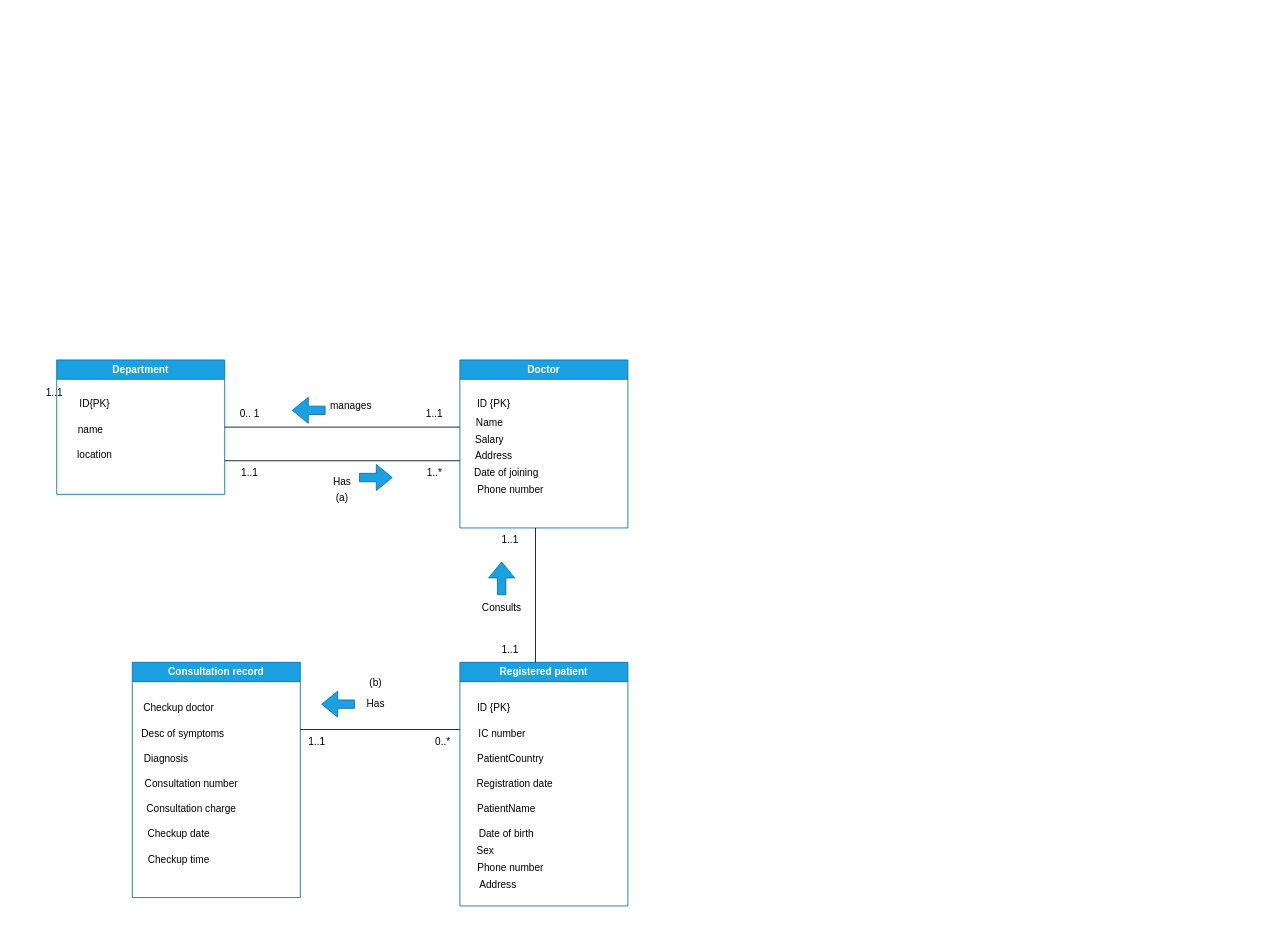
The draw.io diagram Studeent1+2DBMS.drawio in Antonioiewh/DB_MANAGEMENT, before the edit. Source tidied: cells renumbered, new cells numbered last; positions are measured from the earlier drawing's top-left corner, leaving out a move shared by most shapes. Both pictures are drawn from the tidied source at 84%, with x=0, y=0 at pixel (39, 360).
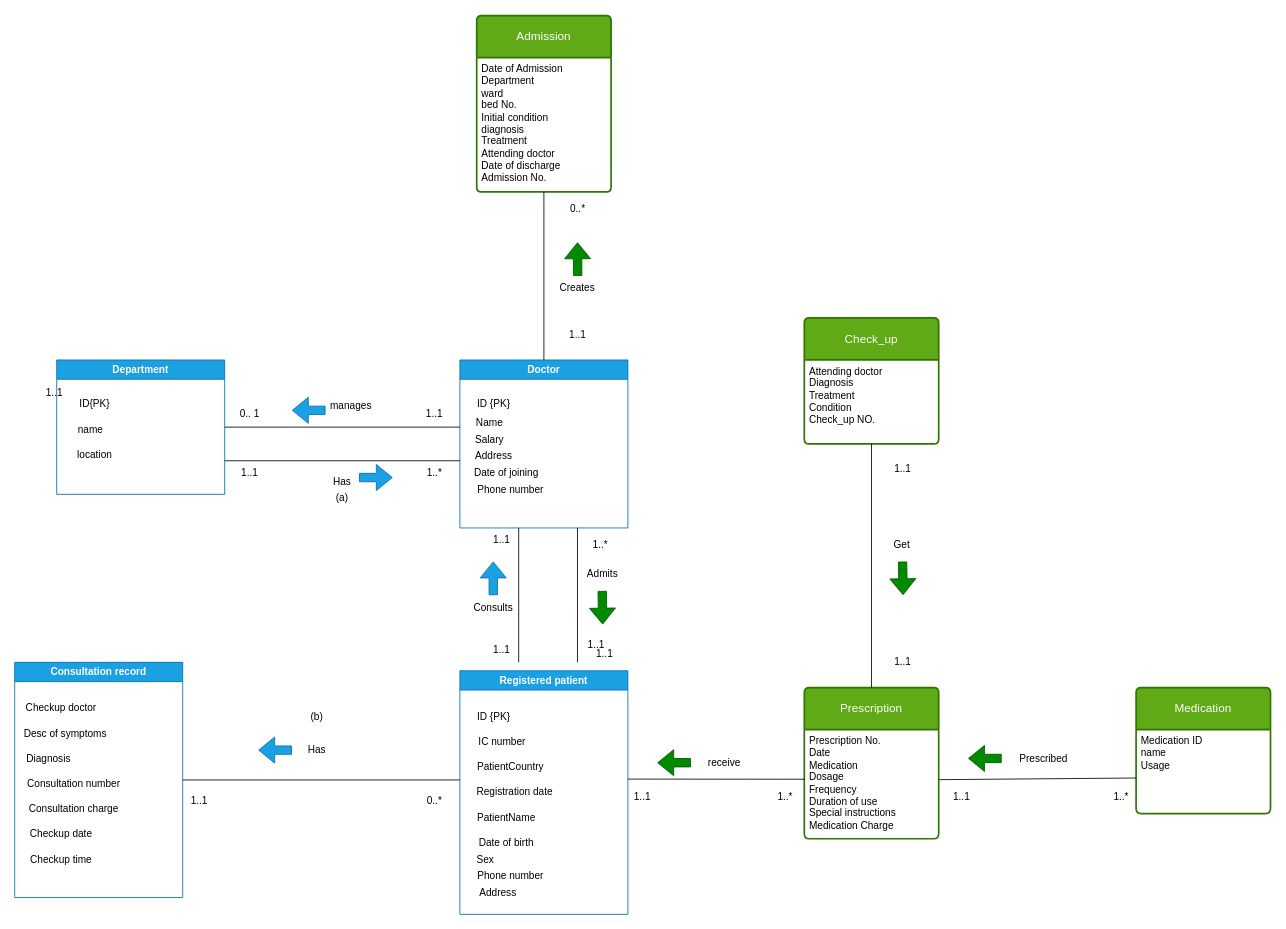
After the change.

Unchanged cells that the change refers to:
```xml
<mxCell id="6" value="Doctor" style="swimlane;whiteSpace=wrap;html=1;fillColor=#1ba1e2;fontColor=#ffffff;strokeColor=#006EAF;" parent="1" vertex="1">
  <mxGeometry x="500" width="200" height="200" as="geometry" />
</mxCell>
```

The edit, as a diff of the source:
```diff
@@
     <mxCell id="13" value="Registered patient" style="swimlane;whiteSpace=wrap;html=1;fillColor=#1ba1e2;fontColor=#ffffff;strokeColor=#006EAF;" parent="1" vertex="1">
-      <mxGeometry x="500" y="360" width="200" height="290" as="geometry" />
+      <mxGeometry x="500" y="370" width="200" height="290" as="geometry" />
     </mxCell>
@@
     <mxCell id="25" style="endArrow=none;html=1;rounded=0;entryX=0.5;entryY=1;entryDx=0;entryDy=0;exitX=0.5;exitY=0;exitDx=0;exitDy=0;" parent="1" edge="1">
       <mxGeometry relative="1" as="geometry">
-        <mxPoint x="590" y="360" as="sourcePoint" />
-        <mxPoint x="590" y="200" as="targetPoint" />
+        <mxPoint x="570" y="360" as="sourcePoint" />
+        <mxPoint x="570" y="200" as="targetPoint" />
       </mxGeometry>
     </mxCell>
     <mxCell id="26" value="Consultation record" style="swimlane;whiteSpace=wrap;html=1;fillColor=#1ba1e2;fontColor=#ffffff;strokeColor=#006EAF;" parent="1" vertex="1">
-      <mxGeometry x="110" y="360" width="200" height="280" as="geometry" />
+      <mxGeometry x="-30" y="360" width="200" height="280" as="geometry" />
     </mxCell>
@@
-    <mxCell id="34" style="endArrow=none;html=1;rounded=0;" parent="1" edge="1">
+    <mxCell id="34" style="endArrow=none;html=1;rounded=0;entryX=1;entryY=0.5;entryDx=0;entryDy=0;" parent="1" edge="1" target="26">
       <mxGeometry relative="1" as="geometry">
-        <mxPoint x="500" y="440" as="sourcePoint" />
-        <mxPoint x="310" y="440" as="targetPoint" />
+        <mxPoint x="500" y="500" as="sourcePoint" />
       </mxGeometry>
     </mxCell>
@@
     <mxCell id="43" style="shape=flexArrow;endArrow=block;html=1;rounded=0;fillColor=#1ba1e2;strokeColor=#006EAF;" parent="1" edge="1">
       <mxGeometry relative="1" as="geometry">
-        <mxPoint x="549.7" y="280" as="sourcePoint" />
-        <mxPoint x="549.7" y="240" as="targetPoint" />
+        <mxPoint x="539.7" y="280" as="sourcePoint" />
+        <mxPoint x="539.7" y="240" as="targetPoint" />
       </mxGeometry>
     </mxCell>
     <mxCell id="44" value="Consults" style="text;html=1;align=center;verticalAlign=middle;whiteSpace=wrap;rounded=0;direction=west;flipV=1;flipH=1;" parent="1" vertex="1">
-      <mxGeometry x="520" y="280" width="60" height="30" as="geometry" />
+      <mxGeometry x="510" y="280" width="60" height="30" as="geometry" />
     </mxCell>
     <mxCell id="45" value="1..1" style="text;html=1;align=center;verticalAlign=middle;whiteSpace=wrap;rounded=0;" parent="1" vertex="1">
-      <mxGeometry x="530" y="200" width="60" height="30" as="geometry" />
+      <mxGeometry x="520" y="200" width="60" height="30" as="geometry" />
     </mxCell>
     <mxCell id="46" value="1..1" style="text;html=1;align=center;verticalAlign=middle;whiteSpace=wrap;rounded=0;" parent="1" vertex="1">
-      <mxGeometry x="530" y="330" width="60" height="30" as="geometry" />
+      <mxGeometry x="520" y="330" width="60" height="30" as="geometry" />
     </mxCell>
     <mxCell id="47" style="shape=flexArrow;endArrow=block;html=1;rounded=0;fillColor=#1ba1e2;strokeColor=#006EAF;" parent="1" edge="1">
       <mxGeometry relative="1" as="geometry">
-        <mxPoint x="375" y="409.8" as="sourcePoint" />
-        <mxPoint x="335" y="409.8" as="targetPoint" />
+        <mxPoint x="300" y="464.5" as="sourcePoint" />
+        <mxPoint x="260" y="464.5" as="targetPoint" />
       </mxGeometry>
     </mxCell>
     <mxCell id="48" value="Has" style="text;html=1;align=center;verticalAlign=middle;whiteSpace=wrap;rounded=0;" parent="1" vertex="1">
-      <mxGeometry x="370" y="395" width="60" height="30" as="geometry" />
+      <mxGeometry x="300" y="450" width="60" height="30" as="geometry" />
     </mxCell>
     <mxCell id="49" value="1..1" style="text;html=1;align=center;verticalAlign=middle;whiteSpace=wrap;rounded=0;" parent="1" vertex="1">
-      <mxGeometry x="300" y="440" width="60" height="30" as="geometry" />
+      <mxGeometry x="160" y="510" width="60" height="30" as="geometry" />
     </mxCell>
     <mxCell id="50" value="0..*" style="text;html=1;align=center;verticalAlign=middle;whiteSpace=wrap;rounded=0;" parent="1" vertex="1">
-      <mxGeometry x="450" y="440" width="60" height="30" as="geometry" />
+      <mxGeometry x="440" y="510" width="60" height="30" as="geometry" />
     </mxCell>
@@
     <mxCell id="52" value="&lt;font style=&quot;color: light-dark(rgb(0, 0, 0), rgb(255, 0, 0));&quot;&gt;(b)&lt;/font&gt;" style="text;html=1;align=center;verticalAlign=middle;whiteSpace=wrap;rounded=0;" parent="1" vertex="1">
-      <mxGeometry x="370" y="370" width="60" height="30" as="geometry" />
+      <mxGeometry x="300" y="410" width="60" height="30" as="geometry" />
     </mxCell>
@@
+    <mxCell id="54" style="endArrow=none;html=1;rounded=0;entryX=0.5;entryY=1;entryDx=0;entryDy=0;exitX=0.5;exitY=0;exitDx=0;exitDy=0;" parent="1" edge="1">
+      <mxGeometry relative="1" as="geometry">
+        <mxPoint x="640" y="360" as="sourcePoint" />
+        <mxPoint x="640" y="200" as="targetPoint" />
+      </mxGeometry>
+    </mxCell>
+    <mxCell id="55" value="1..1" style="text;html=1;align=center;verticalAlign=middle;whiteSpace=wrap;rounded=0;" parent="1" vertex="1">
+      <mxGeometry x="645" y="330" width="35" height="20" as="geometry" />
+    </mxCell>
+    <mxCell id="56" value="1..*" style="text;html=1;align=center;verticalAlign=middle;whiteSpace=wrap;rounded=0;" parent="1" vertex="1">
+      <mxGeometry x="650" y="210" width="35" height="20" as="geometry" />
+    </mxCell>
+    <mxCell id="57" value="Admits" style="text;html=1;align=center;verticalAlign=middle;whiteSpace=wrap;rounded=0;direction=west;flipV=1;flipH=1;" parent="1" vertex="1">
+      <mxGeometry x="640" y="240" width="60" height="30" as="geometry" />
+    </mxCell>
+    <mxCell id="58" style="shape=flexArrow;endArrow=block;html=1;rounded=0;fillColor=#008a00;strokeColor=#005700;" parent="1" edge="1">
+      <mxGeometry relative="1" as="geometry">
+        <mxPoint x="669.4" y="275" as="sourcePoint" />
+        <mxPoint x="670" y="315" as="targetPoint" />
+      </mxGeometry>
+    </mxCell>
+    <mxCell id="59" value="Admission" style="swimlane;horizontal=1;startSize=50;rounded=1;fontSize=14;fontStyle=0;strokeWidth=2;shadow=0;dashed=0;align=center;arcSize=4;whiteSpace=wrap;html=1;fillColor=#60a917;fontColor=#ffffff;strokeColor=#2D7600;" parent="1" vertex="1">
+      <mxGeometry x="520" y="-410" width="160" height="210" as="geometry" />
+    </mxCell>
+    <mxCell id="60" value="Date of Admission&lt;br&gt;Department&lt;div&gt;ward&lt;/div&gt;&lt;div&gt;bed No.&lt;br&gt;Initial condition&lt;br&gt;diagnosis&lt;br&gt;Treatment&lt;br&gt;Attending doctor&lt;/div&gt;&lt;div&gt;Date of discharge&lt;/div&gt;&lt;div&gt;Admission No.&lt;/div&gt;" style="align=left;strokeColor=none;fillColor=none;spacingLeft=4;spacingRight=4;fontSize=12;verticalAlign=top;html=1;whiteSpace=wrap;" parent="59" vertex="1">
+      <mxGeometry y="50" width="160" height="160" as="geometry" />
+    </mxCell>
+    <mxCell id="61" style="endArrow=none;html=1;rounded=0;entryX=0.5;entryY=0;entryDx=0;entryDy=0;exitX=0.5;exitY=1;exitDx=0;exitDy=0;" parent="1" edge="1" source="60" target="6">
+      <mxGeometry relative="1" as="geometry" />
+    </mxCell>
+    <mxCell id="62" value="Prescription" style="swimlane;horizontal=1;startSize=50;rounded=1;fontSize=14;fontStyle=0;strokeWidth=2;shadow=0;dashed=0;align=center;arcSize=4;whiteSpace=wrap;html=1;fillColor=#60a917;fontColor=#ffffff;strokeColor=#2D7600;" parent="1" vertex="1">
+      <mxGeometry x="910" y="390" width="160" height="180" as="geometry" />
+    </mxCell>
+    <mxCell id="63" value="&lt;div&gt;Prescription No.&lt;/div&gt;&lt;div&gt;Date&lt;br&gt;&lt;/div&gt;Medication&lt;div&gt;Dosage&lt;/div&gt;&lt;div&gt;Frequency&lt;/div&gt;&lt;div&gt;Duration of use&lt;br&gt;Special instructions&lt;/div&gt;&lt;div&gt;Medication Charge&lt;/div&gt;" style="align=left;strokeColor=none;fillColor=none;spacingLeft=4;spacingRight=4;fontSize=12;verticalAlign=top;html=1;whiteSpace=wrap;" parent="62" vertex="1">
+      <mxGeometry y="50" width="160" height="130" as="geometry" />
+    </mxCell>
+    <mxCell id="64" value="Medication" style="swimlane;horizontal=1;startSize=50;rounded=1;fontSize=14;fontStyle=0;strokeWidth=2;shadow=0;dashed=0;align=center;arcSize=4;whiteSpace=wrap;html=1;fillColor=#60a917;fontColor=#ffffff;strokeColor=#2D7600;" parent="1" vertex="1">
+      <mxGeometry x="1305" y="390" width="160" height="150" as="geometry" />
+    </mxCell>
+    <mxCell id="65" value="Medication ID&lt;div&gt;name&lt;/div&gt;&lt;div&gt;Usage&lt;/div&gt;" style="align=left;strokeColor=none;fillColor=none;spacingLeft=4;spacingRight=4;fontSize=12;verticalAlign=top;html=1;whiteSpace=wrap;" parent="64" vertex="1">
+      <mxGeometry y="50" width="160" height="100" as="geometry" />
+    </mxCell>
+    <mxCell id="66" style="endArrow=none;html=1;rounded=0;entryX=0.003;entryY=0.455;entryDx=0;entryDy=0;entryPerimeter=0;" parent="1" edge="1" target="63">
+      <mxGeometry relative="1" as="geometry">
+        <mxPoint x="700" y="499" as="sourcePoint" />
+      </mxGeometry>
+    </mxCell>
+    <mxCell id="67" style="endArrow=none;html=1;rounded=0;entryX=0.002;entryY=0.577;entryDx=0;entryDy=0;entryPerimeter=0;exitX=1.003;exitY=0.459;exitDx=0;exitDy=0;exitPerimeter=0;" parent="1" edge="1" source="63" target="65">
+      <mxGeometry relative="1" as="geometry" />
+    </mxCell>
+    <mxCell id="68" value="Check_up" style="swimlane;horizontal=1;startSize=50;rounded=1;fontSize=14;fontStyle=0;strokeWidth=2;shadow=0;dashed=0;align=center;arcSize=4;whiteSpace=wrap;html=1;fillColor=#60a917;fontColor=#ffffff;strokeColor=#2D7600;" parent="1" vertex="1">
+      <mxGeometry x="910" y="-50" width="160" height="150" as="geometry" />
+    </mxCell>
+    <mxCell id="69" value="Attending doctor&amp;nbsp;&lt;div&gt;Diagnosis&lt;br&gt;Treatment&lt;br&gt;Condition&lt;br&gt;Check_up NO.&lt;br&gt;&lt;br&gt;&lt;/div&gt;" style="align=left;strokeColor=none;fillColor=none;spacingLeft=4;spacingRight=4;fontSize=12;verticalAlign=top;html=1;whiteSpace=wrap;" parent="68" vertex="1">
+      <mxGeometry y="50" width="160" height="100" as="geometry" />
+    </mxCell>
+    <mxCell id="70" style="endArrow=none;html=1;rounded=0;exitX=0.5;exitY=1;exitDx=0;exitDy=0;entryX=0.5;entryY=0;entryDx=0;entryDy=0;" parent="1" edge="1" source="69" target="62">
+      <mxGeometry relative="1" as="geometry" />
+    </mxCell>
+    <mxCell id="71" value="1..1" style="text;html=1;align=center;verticalAlign=middle;whiteSpace=wrap;rounded=0;" parent="1" vertex="1">
+      <mxGeometry x="1010" y="350" width="35" height="20" as="geometry" />
+    </mxCell>
+    <mxCell id="72" value="1..1" style="text;html=1;align=center;verticalAlign=middle;whiteSpace=wrap;rounded=0;" parent="1" vertex="1">
+      <mxGeometry x="1010" y="120" width="35" height="20" as="geometry" />
+    </mxCell>
+    <mxCell id="73" style="shape=flexArrow;endArrow=block;html=1;rounded=0;fillColor=#008a00;strokeColor=#005700;" parent="1" edge="1">
+      <mxGeometry relative="1" as="geometry">
+        <mxPoint x="1027" y="240" as="sourcePoint" />
+        <mxPoint x="1027.6" y="280" as="targetPoint" />
+      </mxGeometry>
+    </mxCell>
+    <mxCell id="74" value="Get&amp;nbsp;" style="text;html=1;align=center;verticalAlign=middle;whiteSpace=wrap;rounded=0;" parent="1" vertex="1">
+      <mxGeometry x="1002.5" y="205" width="50" height="30" as="geometry" />
+    </mxCell>
+    <mxCell id="75" value="1..1" style="text;html=1;align=center;verticalAlign=middle;whiteSpace=wrap;rounded=0;" parent="1" vertex="1">
+      <mxGeometry x="700" y="510" width="35" height="20" as="geometry" />
+    </mxCell>
+    <mxCell id="76" value="1..*" style="text;html=1;align=center;verticalAlign=middle;whiteSpace=wrap;rounded=0;" parent="1" vertex="1">
+      <mxGeometry x="870" y="510" width="35" height="20" as="geometry" />
+    </mxCell>
+    <mxCell id="77" value="receive" style="text;html=1;align=center;verticalAlign=middle;whiteSpace=wrap;rounded=0;" parent="1" vertex="1">
+      <mxGeometry x="790" y="465" width="50" height="30" as="geometry" />
+    </mxCell>
+    <mxCell id="78" style="shape=flexArrow;endArrow=block;html=1;rounded=0;fillColor=#008a00;strokeColor=#005700;" parent="1" edge="1">
+      <mxGeometry relative="1" as="geometry">
+        <mxPoint x="775" y="479.5" as="sourcePoint" />
+        <mxPoint x="735" y="479.5" as="targetPoint" />
+      </mxGeometry>
+    </mxCell>
+    <mxCell id="79" value="Prescribed" style="text;html=1;align=center;verticalAlign=middle;whiteSpace=wrap;rounded=0;" parent="1" vertex="1">
+      <mxGeometry x="1170" y="460" width="50" height="30" as="geometry" />
+    </mxCell>
+    <mxCell id="80" style="shape=flexArrow;endArrow=block;html=1;rounded=0;fillColor=#008a00;strokeColor=#005700;" parent="1" edge="1">
+      <mxGeometry relative="1" as="geometry">
+        <mxPoint x="1145" y="474.4" as="sourcePoint" />
+        <mxPoint x="1105" y="474.4" as="targetPoint" />
+      </mxGeometry>
+    </mxCell>
+    <mxCell id="81" value="1..1" style="text;html=1;align=center;verticalAlign=middle;whiteSpace=wrap;rounded=0;" parent="1" vertex="1">
+      <mxGeometry x="1080" y="510" width="35" height="20" as="geometry" />
+    </mxCell>
+    <mxCell id="82" value="1..*" style="text;html=1;align=center;verticalAlign=middle;whiteSpace=wrap;rounded=0;" parent="1" vertex="1">
+      <mxGeometry x="1270" y="510" width="35" height="20" as="geometry" />
+    </mxCell>
+    <mxCell id="83" value="Creates" style="text;html=1;align=center;verticalAlign=middle;whiteSpace=wrap;rounded=0;direction=west;flipV=1;flipH=1;" parent="1" vertex="1">
+      <mxGeometry x="610" y="-100" width="60" height="30" as="geometry" />
+    </mxCell>
+    <mxCell id="84" value="0..*" style="text;html=1;align=center;verticalAlign=middle;whiteSpace=wrap;rounded=0;" parent="1" vertex="1">
+      <mxGeometry x="622.5" y="-190" width="35" height="20" as="geometry" />
+    </mxCell>
+    <mxCell id="85" value="1..1" style="text;html=1;align=center;verticalAlign=middle;whiteSpace=wrap;rounded=0;" parent="1" vertex="1">
+      <mxGeometry x="655" y="340" width="35" height="20" as="geometry" />
+    </mxCell>
+    <mxCell id="86" value="1..1" style="text;html=1;align=center;verticalAlign=middle;whiteSpace=wrap;rounded=0;" parent="1" vertex="1">
+      <mxGeometry x="622.5" y="-40" width="35" height="20" as="geometry" />
+    </mxCell>
+    <mxCell id="87" style="shape=flexArrow;endArrow=block;html=1;rounded=0;fillColor=#008a00;strokeColor=#005700;entryX=0.75;entryY=1;entryDx=0;entryDy=0;" parent="1" edge="1">
+      <mxGeometry relative="1" as="geometry">
+        <mxPoint x="640.2" y="-100" as="sourcePoint" />
+        <mxPoint x="640" y="-140" as="targetPoint" />
+      </mxGeometry>
+    </mxCell>
```
